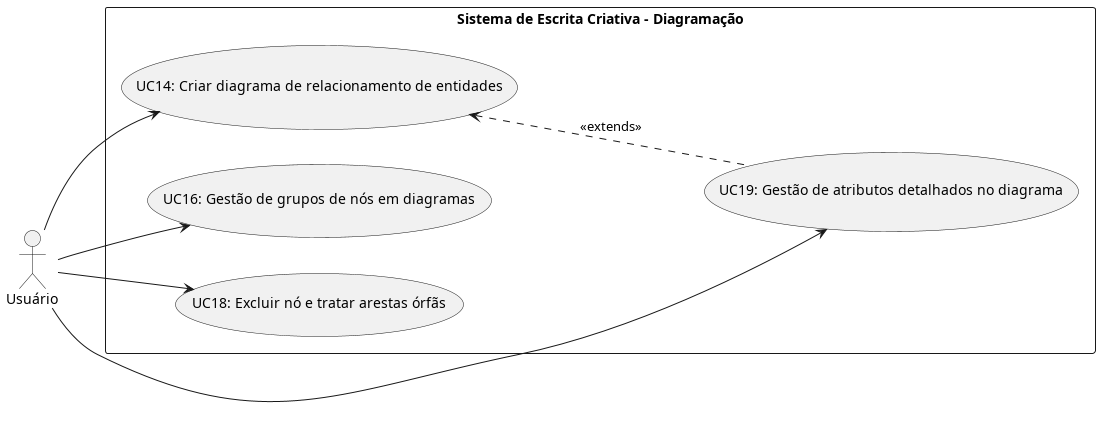
Earlier version of the PlantUML export docs/casosUso/imagens/diagramas_gerais/UC_Diagramacao.png (aspiringluke/Projeto-Integrado-Mobile). The source it was exported from:
```plantuml
@startuml UC_Diagramacao
left to right direction
skinparam PackageStyle rectangle

actor "Usuário" as U

rectangle "Sistema de Escrita Criativa - Diagramação" {
    usecase "UC14: Criar diagrama de relacionamento de entidades" as UC14
    usecase "UC16: Gestão de grupos de nós em diagramas" as UC16
    usecase "UC18: Excluir nó e tratar arestas órfãs" as UC18
    usecase "UC19: Gestão de atributos detalhados no diagrama" as UC19
}

U --> UC14
U --> UC16
U --> UC18
U --> UC19

UC14 <.-. UC19: <<extends>>
@enduml
```
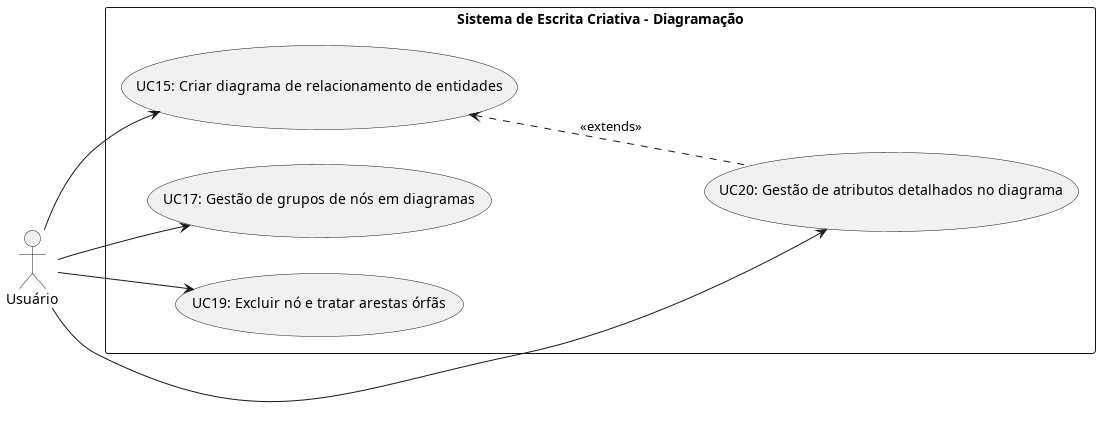
Later version of the same file.

What changed in the source:
```diff
@@ -5,16 +5,16 @@
 actor "Usuário" as U
 
 rectangle "Sistema de Escrita Criativa - Diagramação" {
-    usecase "UC14: Criar diagrama de relacionamento de entidades" as UC14
-    usecase "UC16: Gestão de grupos de nós em diagramas" as UC16
-    usecase "UC18: Excluir nó e tratar arestas órfãs" as UC18
-    usecase "UC19: Gestão de atributos detalhados no diagrama" as UC19
+    usecase "UC15: Criar diagrama de relacionamento de entidades" as UC15
+    usecase "UC17: Gestão de grupos de nós em diagramas" as UC17
+    usecase "UC19: Excluir nó e tratar arestas órfãs" as UC19
+    usecase "UC20: Gestão de atributos detalhados no diagrama" as UC20
 }
 
-U --> UC14
-U --> UC16
-U --> UC18
+U --> UC15
+U --> UC17
 U --> UC19
+U --> UC20
 
-UC14 <.-. UC19: <<extends>>
+UC15 <.-. UC20: <<extends>>
 @enduml
```
